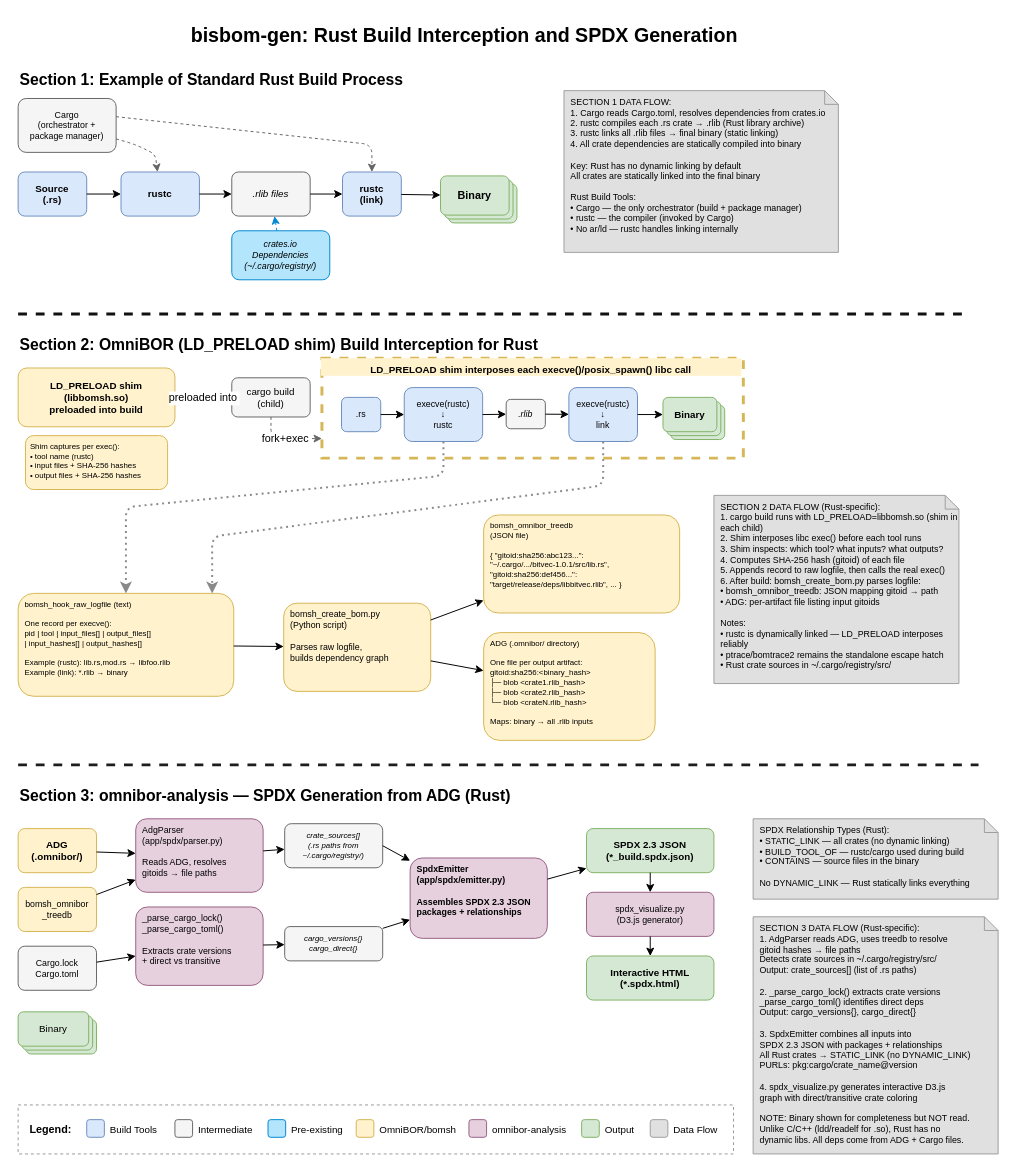
Before: docs/sidecar/rust/rust-build-interception.drawio in tedg-dev/bisbom-gen, a draw.io diagram. Source tidied: cells renumbered, new cells numbered last; positions are measured from the earlier drawing's top-left corner, leaving out a move shared by most shapes. Both pictures are drawn from the tidied source at 98%, with x=0, y=0 at pixel (18, 17).
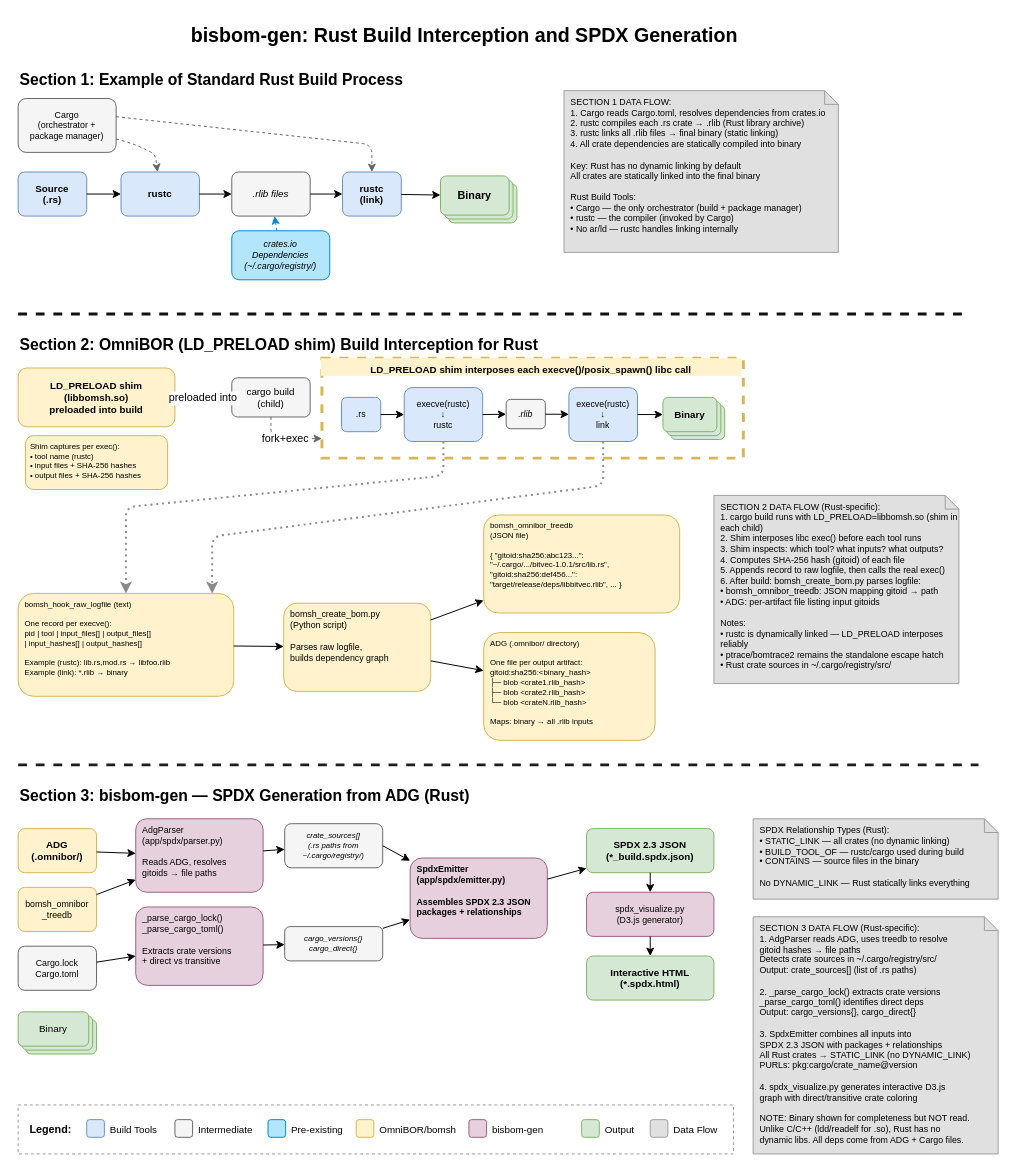
After the change.

Diff of the diagram source:
```diff
@@
-    <mxCell id="14" value="omnibor-analysis" style="text;fontSize=10;align=left;" parent="1" vertex="1">
+    <mxCell id="14" value="bisbom-gen" style="text;fontSize=10;align=left;" parent="1" vertex="1">
       <mxGeometry x="482" y="1123" width="90" height="20" as="geometry" />
     </mxCell>
@@
-    <mxCell id="68" value="Section 3: omnibor-analysis — SPDX Generation from ADG (Rust)" style="text;html=1;fontSize=16;fontStyle=1;" parent="1" vertex="1">
+    <mxCell id="68" value="Section 3: bisbom-gen — SPDX Generation from ADG (Rust)" style="text;html=1;fontSize=16;fontStyle=1;" parent="1" vertex="1">
       <mxGeometry y="778" width="550" height="25" as="geometry" />
     </mxCell>
```
